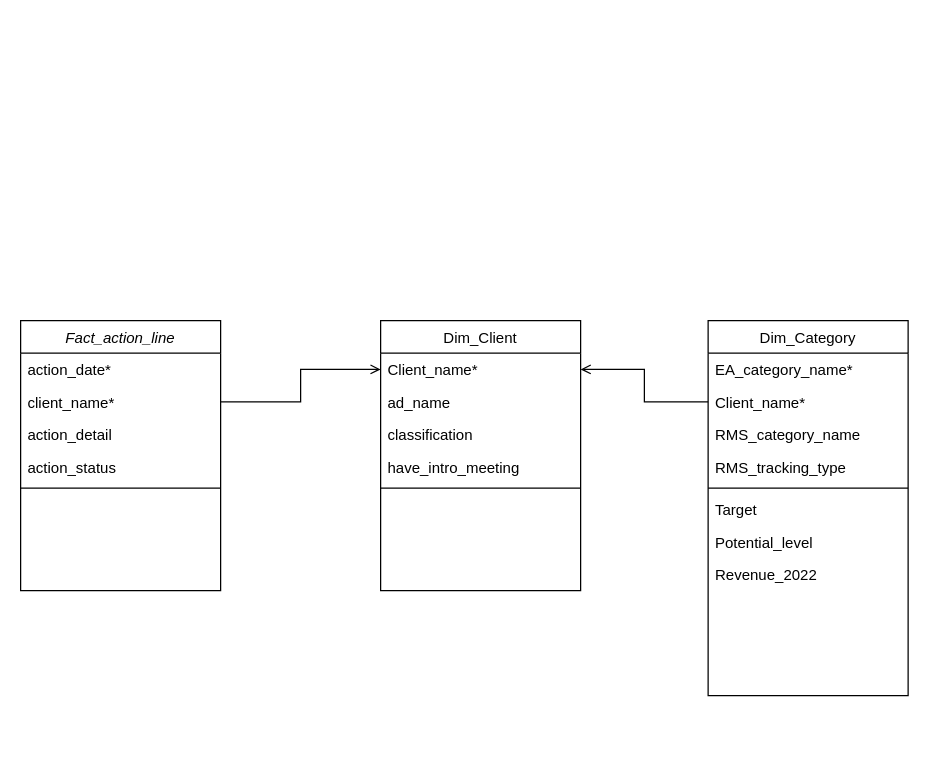
The draw.io diagram CRM NIQ.drawio in DucTran3110/data_warehouse_course, before the edit. Source tidied: cells renumbered, new cells numbered last; positions are measured from the earlier drawing's top-left corner, leaving out a move shared by most shapes. Both pictures are drawn from the tidied source at 125%, with x=0, y=0 at pixel (20, 320).
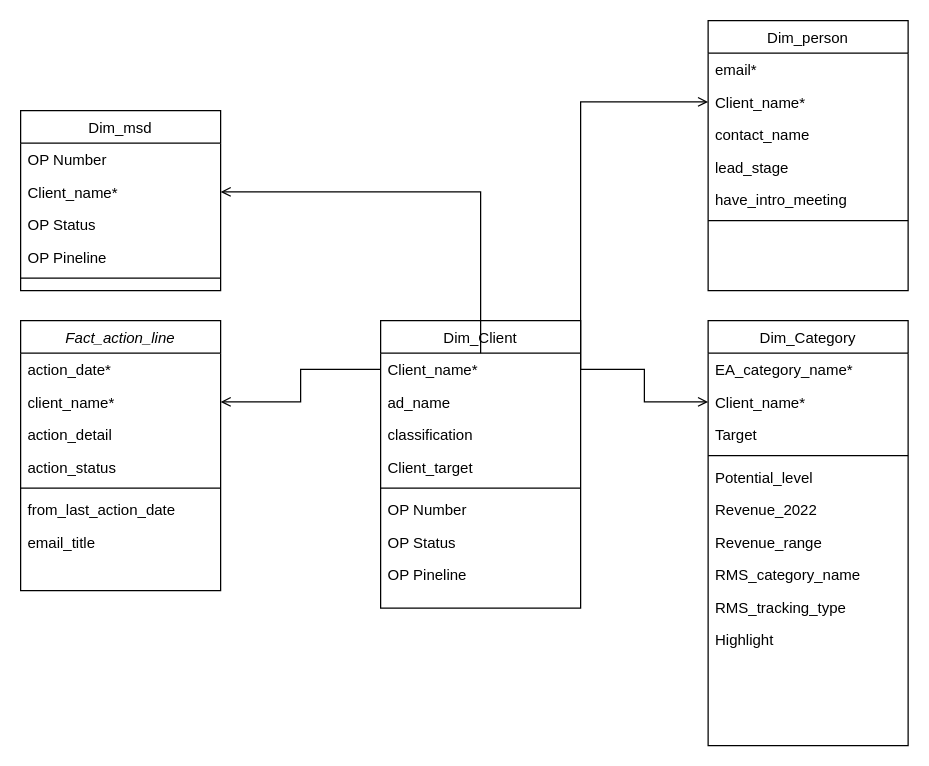
Above is the later version.

Unchanged cells that the change refers to:
```xml
<mxCell id="2" value="Fact_action_line" style="swimlane;fontStyle=2;align=center;verticalAlign=top;horizontal=1;startSize=26;rounded=0;shadow=0;strokeWidth=1;" parent="1" vertex="1">
  <mxGeometry width="160" height="216" as="geometry" />
</mxCell>
<mxCell id="4" value="client_name*" style="text;align=left;verticalAlign=top;spacingLeft=4;spacingRight=4;overflow=hidden;points=[[0,0.5],[1,0.5]];portConstraint=eastwest;rounded=0;shadow=0;html=0;" parent="2" vertex="1">
  <mxGeometry y="52" width="160" height="26" as="geometry" />
</mxCell>
<mxCell id="9" value="Client_name*" style="text;align=left;verticalAlign=top;spacingLeft=4;spacingRight=4;overflow=hidden;points=[[0,0.5],[1,0.5]];portConstraint=eastwest;" parent="8" vertex="1">
  <mxGeometry y="26" width="160" height="26" as="geometry" />
</mxCell>
<mxCell id="17" value="Client_name*" style="text;align=left;verticalAlign=top;spacingLeft=4;spacingRight=4;overflow=hidden;points=[[0,0.5],[1,0.5]];portConstraint=eastwest;rounded=0;shadow=0;html=0;" parent="15" vertex="1">
  <mxGeometry y="52" width="160" height="26" as="geometry" />
</mxCell>
```

What changed in the source:
```diff
@@
+    <mxCell id="25" value="from_last_action_date" style="text;align=left;verticalAlign=top;spacingLeft=4;spacingRight=4;overflow=hidden;" parent="2" vertex="1">
+      <mxGeometry y="138" width="160" height="26" as="geometry" />
+    </mxCell>
+    <mxCell id="26" value="email_title" style="text;align=left;verticalAlign=top;spacingLeft=4;spacingRight=4;overflow=hidden;" parent="2" vertex="1">
+      <mxGeometry y="164" width="160" height="26" as="geometry" />
+    </mxCell>
     <mxCell id="8" value="Dim_Client" style="swimlane;fontStyle=0;align=center;verticalAlign=top;horizontal=1;startSize=26;rounded=0;shadow=0;strokeWidth=1;" parent="1" vertex="1">
-      <mxGeometry x="288" width="160" height="216" as="geometry" />
+      <mxGeometry x="288" width="160" height="230" as="geometry" />
     </mxCell>
@@
-    <mxCell id="12" value="have_intro_meeting" style="text;align=left;verticalAlign=top;spacingLeft=4;spacingRight=4;overflow=hidden;" parent="8" vertex="1">
-      <mxGeometry y="104" width="160" height="26" as="geometry" />
-    </mxCell>
+    <mxCell id="27" value="Client_target" style="text;align=left;verticalAlign=top;spacingLeft=4;spacingRight=4;overflow=hidden;" parent="8" vertex="1">
+      <mxGeometry y="104" width="160" height="26" as="geometry" />
+    </mxCell>
@@
+    <mxCell id="28" value="OP Number" style="text;align=left;verticalAlign=top;spacingLeft=4;spacingRight=4;overflow=hidden;rounded=0;shadow=0;html=0;" parent="8" vertex="1">
+      <mxGeometry y="138" width="160" height="26" as="geometry" />
+    </mxCell>
+    <mxCell id="29" value="OP Status" style="text;align=left;verticalAlign=top;spacingLeft=4;spacingRight=4;overflow=hidden;rounded=0;shadow=0;html=0;" parent="8" vertex="1">
+      <mxGeometry y="164" width="160" height="26" as="geometry" />
+    </mxCell>
+    <mxCell id="30" value="OP Pineline" style="text;align=left;verticalAlign=top;spacingLeft=4;spacingRight=4;overflow=hidden;rounded=0;shadow=0;html=0;" parent="8" vertex="1">
+      <mxGeometry y="190" width="160" height="26" as="geometry" />
+    </mxCell>
-    <mxCell id="14" style="endArrow=open;shadow=0;strokeWidth=1;rounded=0;endFill=1;edgeStyle=elbowEdgeStyle;elbow=vertical;exitX=1;exitY=0.5;exitDx=0;exitDy=0;entryX=0;entryY=0.5;entryDx=0;entryDy=0;" parent="1" edge="1" source="4" target="9">
+    <mxCell id="14" style="endArrow=open;shadow=0;strokeWidth=1;rounded=0;endFill=1;edgeStyle=elbowEdgeStyle;elbow=vertical;exitX=0;exitY=0.5;exitDx=0;exitDy=0;entryX=1;entryY=0.5;entryDx=0;entryDy=0;" parent="1" edge="1" source="9" target="4">
       <mxGeometry x="0.5" y="41" relative="1" as="geometry">
         <mxPoint x="-40" y="32" as="offset" />
       </mxGeometry>
     </mxCell>
     <mxCell id="15" value="Dim_Category" style="swimlane;fontStyle=0;align=center;verticalAlign=top;horizontal=1;startSize=26;rounded=0;shadow=0;strokeWidth=1;" parent="1" vertex="1">
-      <mxGeometry x="550" width="160" height="300" as="geometry" />
+      <mxGeometry x="550" width="160" height="340" as="geometry" />
     </mxCell>
@@
+    <mxCell id="21" value="Target" style="text;align=left;verticalAlign=top;spacingLeft=4;spacingRight=4;overflow=hidden;rounded=0;shadow=0;html=0;" parent="15" vertex="1">
+      <mxGeometry y="78" width="160" height="26" as="geometry" />
+    </mxCell>
+    <mxCell id="31" style="line;html=1;strokeWidth=1;align=left;verticalAlign=middle;spacingTop=-1;spacingLeft=3;spacingRight=3;labelPosition=right;" parent="15" vertex="1">
+      <mxGeometry y="104" width="160" height="8" as="geometry" />
+    </mxCell>
+    <mxCell id="22" value="Potential_level" style="text;align=left;verticalAlign=top;spacingLeft=4;spacingRight=4;overflow=hidden;rounded=0;shadow=0;html=0;" parent="15" vertex="1">
+      <mxGeometry y="112" width="160" height="26" as="geometry" />
+    </mxCell>
+    <mxCell id="23" value="Revenue_2022" style="text;align=left;verticalAlign=top;spacingLeft=4;spacingRight=4;overflow=hidden;rounded=0;shadow=0;html=0;" parent="15" vertex="1">
+      <mxGeometry y="138" width="160" height="26" as="geometry" />
+    </mxCell>
+    <mxCell id="32" value="Revenue_range" style="text;align=left;verticalAlign=top;spacingLeft=4;spacingRight=4;overflow=hidden;rounded=0;shadow=0;html=0;" parent="15" vertex="1">
+      <mxGeometry y="164" width="160" height="26" as="geometry" />
+    </mxCell>
     <mxCell id="18" value="RMS_category_name" style="text;align=left;verticalAlign=top;spacingLeft=4;spacingRight=4;overflow=hidden;rounded=0;shadow=0;html=0;" parent="15" vertex="1">
-      <mxGeometry y="78" width="160" height="26" as="geometry" />
+      <mxGeometry y="190" width="160" height="26" as="geometry" />
     </mxCell>
     <mxCell id="19" value="RMS_tracking_type" style="text;align=left;verticalAlign=top;spacingLeft=4;spacingRight=4;overflow=hidden;rounded=0;shadow=0;html=0;" parent="15" vertex="1">
-      <mxGeometry y="104" width="160" height="26" as="geometry" />
+      <mxGeometry y="216" width="160" height="26" as="geometry" />
     </mxCell>
+    <mxCell id="33" value="Highlight" style="text;align=left;verticalAlign=top;spacingLeft=4;spacingRight=4;overflow=hidden;rounded=0;shadow=0;html=0;" parent="15" vertex="1">
+      <mxGeometry y="242" width="160" height="26" as="geometry" />
+    </mxCell>
+    <mxCell id="24" style="endArrow=open;shadow=0;strokeWidth=1;rounded=0;endFill=1;edgeStyle=elbowEdgeStyle;elbow=vertical;exitX=1;exitY=0.5;exitDx=0;exitDy=0;entryX=0;entryY=0.5;entryDx=0;entryDy=0;" parent="1" edge="1" source="9" target="17">
+      <mxGeometry x="0.5" y="41" relative="1" as="geometry">
+        <mxPoint x="-40" y="32" as="offset" />
+      </mxGeometry>
+    </mxCell>
+    <mxCell id="34" value="Dim_person" style="swimlane;fontStyle=0;align=center;verticalAlign=top;horizontal=1;startSize=26;rounded=0;shadow=0;strokeWidth=1;" parent="1" vertex="1">
+      <mxGeometry x="550" y="-240" width="160" height="216" as="geometry" />
+    </mxCell>
+    <mxCell id="35" value="email*" style="text;align=left;verticalAlign=top;spacingLeft=4;spacingRight=4;overflow=hidden;rounded=0;shadow=0;html=0;" parent="34" vertex="1">
+      <mxGeometry y="26" width="160" height="26" as="geometry" />
+    </mxCell>
+    <mxCell id="36" value="Client_name*" style="text;align=left;verticalAlign=top;spacingLeft=4;spacingRight=4;overflow=hidden;points=[[0,0.5],[1,0.5]];portConstraint=eastwest;rounded=0;shadow=0;html=0;" parent="34" vertex="1">
+      <mxGeometry y="52" width="160" height="26" as="geometry" />
+    </mxCell>
+    <mxCell id="37" value="contact_name" style="text;align=left;verticalAlign=top;spacingLeft=4;spacingRight=4;overflow=hidden;" parent="34" vertex="1">
+      <mxGeometry y="78" width="160" height="26" as="geometry" />
+    </mxCell>
+    <mxCell id="38" value="lead_stage" style="text;align=left;verticalAlign=top;spacingLeft=4;spacingRight=4;overflow=hidden;" parent="34" vertex="1">
+      <mxGeometry y="104" width="160" height="26" as="geometry" />
+    </mxCell>
+    <mxCell id="12" value="have_intro_meeting" style="text;align=left;verticalAlign=top;spacingLeft=4;spacingRight=4;overflow=hidden;" parent="34" vertex="1">
+      <mxGeometry y="130" width="160" height="26" as="geometry" />
+    </mxCell>
+    <mxCell id="39" style="line;html=1;strokeWidth=1;align=left;verticalAlign=middle;spacingTop=-1;spacingLeft=3;spacingRight=3;labelPosition=right;" parent="34" vertex="1">
+      <mxGeometry y="156" width="160" height="8" as="geometry" />
+    </mxCell>
+    <mxCell id="40" style="endArrow=open;shadow=0;strokeWidth=1;rounded=0;endFill=1;edgeStyle=elbowEdgeStyle;elbow=vertical;entryX=0;entryY=0.5;entryDx=0;entryDy=0;exitX=1;exitY=0.5;exitDx=0;exitDy=0;" parent="1" edge="1" source="9" target="36">
+      <mxGeometry x="0.5" y="41" relative="1" as="geometry">
+        <Array as="points">
+          <mxPoint x="470" y="-175" />
+        </Array>
+        <mxPoint x="-40" y="32" as="offset" />
+      </mxGeometry>
+    </mxCell>
+    <mxCell id="41" value="Dim_msd" style="swimlane;fontStyle=0;align=center;verticalAlign=top;horizontal=1;startSize=26;rounded=0;shadow=0;strokeWidth=1;" parent="1" vertex="1">
+      <mxGeometry y="-168" width="160" height="144" as="geometry" />
+    </mxCell>
+    <mxCell id="42" value="OP Number" style="text;align=left;verticalAlign=top;spacingLeft=4;spacingRight=4;overflow=hidden;" parent="41" vertex="1">
+      <mxGeometry y="26" width="160" height="26" as="geometry" />
+    </mxCell>
+    <mxCell id="43" value="Client_name*" style="text;align=left;verticalAlign=top;spacingLeft=4;spacingRight=4;overflow=hidden;points=[[0,0.5],[1,0.5]];portConstraint=eastwest;rounded=0;shadow=0;html=0;" parent="41" vertex="1">
+      <mxGeometry y="52" width="160" height="26" as="geometry" />
+    </mxCell>
+    <mxCell id="44" value="OP Status" style="text;align=left;verticalAlign=top;spacingLeft=4;spacingRight=4;overflow=hidden;rounded=0;shadow=0;html=0;" parent="41" vertex="1">
+      <mxGeometry y="78" width="160" height="26" as="geometry" />
+    </mxCell>
+    <mxCell id="45" value="OP Pineline" style="text;align=left;verticalAlign=top;spacingLeft=4;spacingRight=4;overflow=hidden;rounded=0;shadow=0;html=0;" parent="41" vertex="1">
+      <mxGeometry y="104" width="160" height="26" as="geometry" />
+    </mxCell>
-    <mxCell id="20" style="line;html=1;strokeWidth=1;align=left;verticalAlign=middle;spacingTop=-1;spacingLeft=3;spacingRight=3;labelPosition=right;" parent="15" vertex="1">
+    <mxCell id="20" style="line;html=1;strokeWidth=1;align=left;verticalAlign=middle;spacingTop=-1;spacingLeft=3;spacingRight=3;labelPosition=right;" parent="41" vertex="1">
       <mxGeometry y="130" width="160" height="8" as="geometry" />
     </mxCell>
-    <mxCell id="21" value="Target" style="text;align=left;verticalAlign=top;spacingLeft=4;spacingRight=4;overflow=hidden;rounded=0;shadow=0;html=0;" parent="15" vertex="1">
-      <mxGeometry y="138" width="160" height="26" as="geometry" />
-    </mxCell>
-    <mxCell id="22" value="Potential_level" style="text;align=left;verticalAlign=top;spacingLeft=4;spacingRight=4;overflow=hidden;rounded=0;shadow=0;html=0;" parent="15" vertex="1">
-      <mxGeometry y="164" width="160" height="26" as="geometry" />
-    </mxCell>
-    <mxCell id="23" value="Revenue_2022" style="text;align=left;verticalAlign=top;spacingLeft=4;spacingRight=4;overflow=hidden;rounded=0;shadow=0;html=0;" parent="15" vertex="1">
-      <mxGeometry y="190" width="160" height="26" as="geometry" />
-    </mxCell>
-    <mxCell id="24" style="endArrow=open;shadow=0;strokeWidth=1;rounded=0;endFill=1;edgeStyle=elbowEdgeStyle;elbow=vertical;exitX=0;exitY=0.5;exitDx=0;exitDy=0;entryX=1;entryY=0.5;entryDx=0;entryDy=0;" parent="1" edge="1" source="17" target="9">
-      <mxGeometry x="0.5" y="41" relative="1" as="geometry">
-        <mxPoint x="-40" y="32" as="offset" />
-      </mxGeometry>
-    </mxCell>
+    <mxCell id="46" style="endArrow=open;shadow=0;strokeWidth=1;rounded=0;endFill=1;edgeStyle=elbowEdgeStyle;elbow=vertical;entryX=1;entryY=0.5;entryDx=0;entryDy=0;" parent="1" edge="1" source="9" target="43">
+      <mxGeometry x="0.5" y="41" relative="1" as="geometry">
+        <Array as="points">
+          <mxPoint x="220" y="-103" />
+        </Array>
+        <mxPoint x="-40" y="32" as="offset" />
+      </mxGeometry>
+    </mxCell>
```
